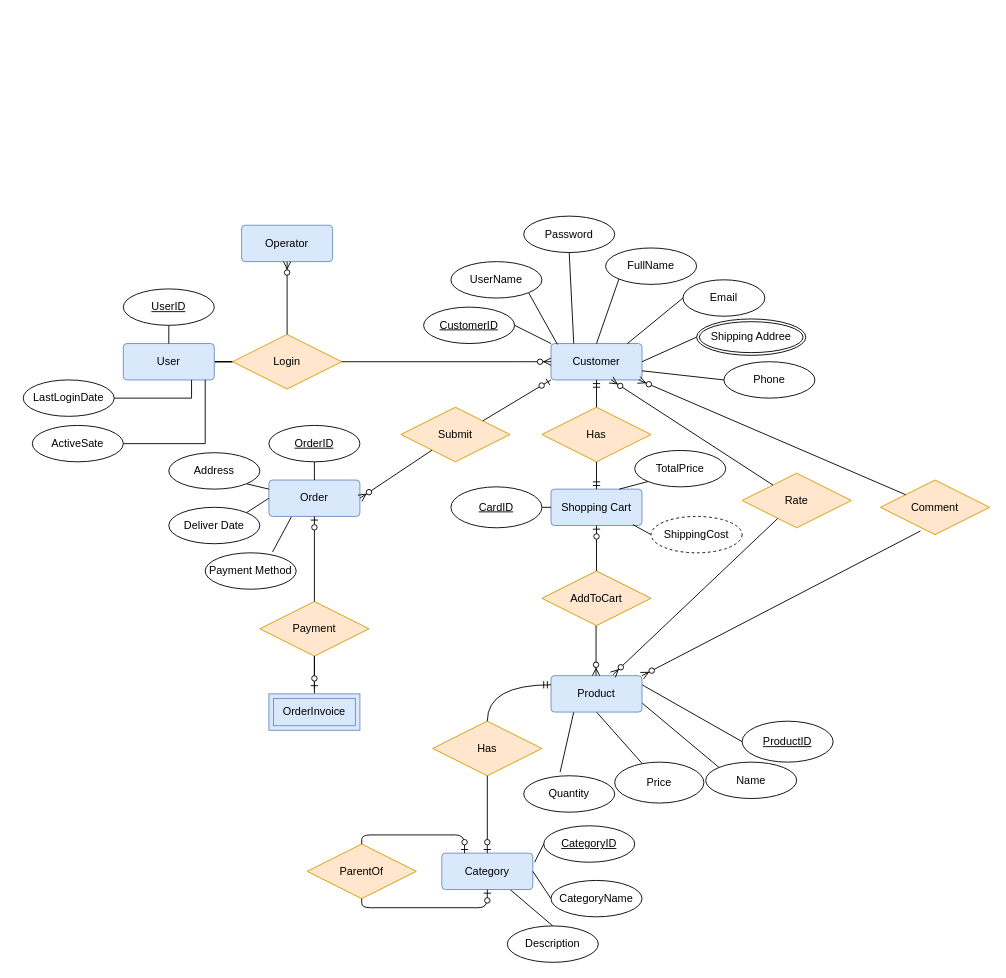
zeinab-hajhosseini/Online-shop-ERD keeps this draw.io diagram as Untitled Diagram.drawio. Above is the earlier version. Source tidied: cells renumbered, new cells numbered last; positions are measured from the earlier drawing's top-left corner, leaving out a move shared by most shapes. Both pictures are drawn from the tidied source at 91%, with x=0, y=0 at pixel (23, 216).
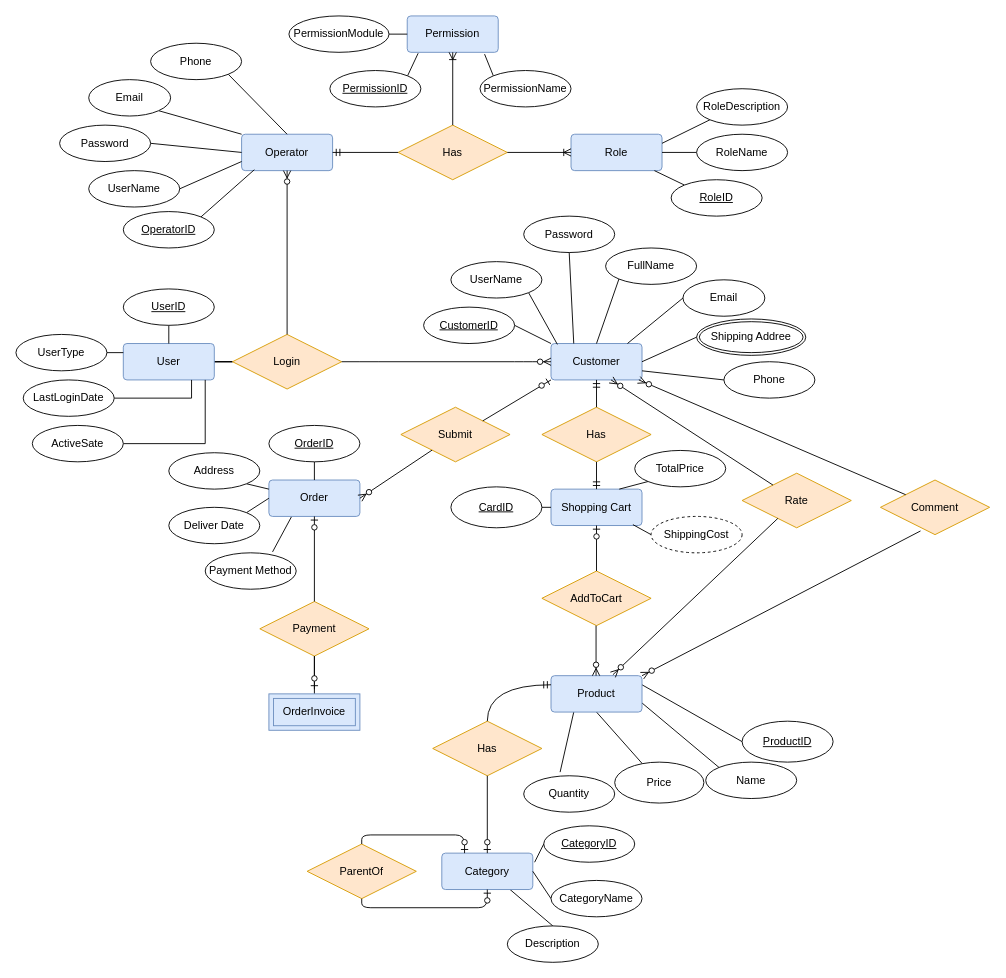
The same page after the edit.

Commit message:
Add Operator login and Role

Unchanged cells that the change refers to:
```xml
<mxCell id="5" value="User" style="rounded=1;arcSize=10;whiteSpace=wrap;html=1;align=center;fillColor=#dae8fc;strokeColor=#6c8ebf;" parent="1" vertex="1">
  <mxGeometry x="110" y="140" width="100" height="40" as="geometry" />
</mxCell>
```

Change to the diagram source:
```diff
@@
     <mxCell id="86" value="Operator" style="rounded=1;arcSize=10;whiteSpace=wrap;html=1;align=center;fillColor=#dae8fc;strokeColor=#6c8ebf;" parent="1" vertex="1">
-      <mxGeometry x="240" y="10" width="100" height="40" as="geometry" />
+      <mxGeometry x="240" y="-90" width="100" height="40" as="geometry" />
     </mxCell>
@@
+    <mxCell id="88" style="edgeStyle=none;rounded=0;jettySize=auto;html=1;exitX=1;exitY=0;exitDx=0;exitDy=0;entryX=0.14;entryY=0.975;entryDx=0;entryDy=0;entryPerimeter=0;endArrow=none;endFill=0;" parent="1" edge="1" source="89" target="86">
+      <mxGeometry relative="1" as="geometry" />
+    </mxCell>
+    <mxCell id="89" value="&lt;div&gt;OperatorID&lt;/div&gt;" style="ellipse;whiteSpace=wrap;html=1;align=center;fontStyle=4;" parent="1" vertex="1">
+      <mxGeometry x="110" y="-5" width="100" height="40" as="geometry" />
+    </mxCell>
+    <mxCell id="90" style="edgeStyle=none;rounded=0;jettySize=auto;html=1;exitX=1;exitY=0.5;exitDx=0;exitDy=0;entryX=0;entryY=0.75;entryDx=0;entryDy=0;endArrow=none;endFill=0;" parent="1" edge="1" source="91" target="86">
+      <mxGeometry relative="1" as="geometry" />
+    </mxCell>
+    <mxCell id="91" value="UserName" style="ellipse;whiteSpace=wrap;html=1;align=center;" parent="1" vertex="1">
+      <mxGeometry x="72" y="-50" width="100" height="40" as="geometry" />
+    </mxCell>
+    <mxCell id="92" style="edgeStyle=none;rounded=0;jettySize=auto;html=1;exitX=1;exitY=0.5;exitDx=0;exitDy=0;entryX=0;entryY=0.5;entryDx=0;entryDy=0;endArrow=none;endFill=0;" parent="1" edge="1" source="93" target="86">
+      <mxGeometry relative="1" as="geometry" />
+    </mxCell>
+    <mxCell id="93" value="Password" style="ellipse;whiteSpace=wrap;html=1;align=center;" parent="1" vertex="1">
+      <mxGeometry x="40" y="-100" width="100" height="40" as="geometry" />
+    </mxCell>
+    <mxCell id="94" style="edgeStyle=none;rounded=0;jettySize=auto;html=1;exitX=1;exitY=1;exitDx=0;exitDy=0;entryX=0;entryY=0;entryDx=0;entryDy=0;endArrow=none;endFill=0;" parent="1" edge="1" source="95" target="86">
+      <mxGeometry relative="1" as="geometry" />
+    </mxCell>
+    <mxCell id="95" value="Email" style="ellipse;whiteSpace=wrap;html=1;align=center;fontStyle=0;" parent="1" vertex="1">
+      <mxGeometry x="72" y="-150" width="90" height="40" as="geometry" />
+    </mxCell>
+    <mxCell id="96" style="edgeStyle=none;rounded=0;jettySize=auto;html=1;exitX=1;exitY=1;exitDx=0;exitDy=0;entryX=0.5;entryY=0;entryDx=0;entryDy=0;endArrow=none;endFill=0;" parent="1" edge="1" source="97" target="86">
+      <mxGeometry relative="1" as="geometry" />
+    </mxCell>
+    <mxCell id="97" value="Phone" style="ellipse;whiteSpace=wrap;html=1;align=center;fontStyle=0;" parent="1" vertex="1">
+      <mxGeometry x="140" y="-190" width="100" height="40" as="geometry" />
+    </mxCell>
+    <mxCell id="98" style="edgeStyle=none;rounded=0;jettySize=auto;html=1;exitX=1;exitY=0.5;exitDx=0;exitDy=0;entryX=0;entryY=0.25;entryDx=0;entryDy=0;endArrow=none;endFill=0;" parent="1" edge="1" source="99" target="5">
+      <mxGeometry relative="1" as="geometry" />
+    </mxCell>
+    <mxCell id="99" value="UserType" style="ellipse;whiteSpace=wrap;html=1;align=center;" parent="1" vertex="1">
+      <mxGeometry x="-8" y="130" width="100" height="40" as="geometry" />
+    </mxCell>
+    <mxCell id="100" value="Has" style="shape=rhombus;perimeter=rhombusPerimeter;whiteSpace=wrap;html=1;align=center;fillColor=#ffe6cc;strokeColor=#d79b00;" parent="1" vertex="1">
+      <mxGeometry x="412" y="-100" width="120" height="60" as="geometry" />
+    </mxCell>
+    <mxCell id="101" value="Role" style="rounded=1;arcSize=10;whiteSpace=wrap;html=1;align=center;fillColor=#dae8fc;strokeColor=#6c8ebf;" parent="1" vertex="1">
+      <mxGeometry x="602" y="-90" width="100" height="40" as="geometry" />
+    </mxCell>
+    <mxCell id="102" style="edgeStyle=none;rounded=0;jettySize=auto;html=1;exitX=0;exitY=0;exitDx=0;exitDy=0;endArrow=none;endFill=0;" parent="1" edge="1" source="103" target="101">
+      <mxGeometry relative="1" as="geometry" />
+    </mxCell>
+    <mxCell id="103" value="RoleID" style="ellipse;whiteSpace=wrap;html=1;align=center;fontStyle=4;" parent="1" vertex="1">
+      <mxGeometry x="712" y="-40" width="100" height="40" as="geometry" />
+    </mxCell>
+    <mxCell id="104" style="edgeStyle=none;rounded=0;jettySize=auto;html=1;exitX=0;exitY=0.5;exitDx=0;exitDy=0;entryX=1;entryY=0.5;entryDx=0;entryDy=0;endArrow=none;endFill=0;" parent="1" edge="1" source="105" target="101">
+      <mxGeometry relative="1" as="geometry" />
+    </mxCell>
+    <mxCell id="105" value="RoleName" style="ellipse;whiteSpace=wrap;html=1;align=center;" parent="1" vertex="1">
+      <mxGeometry x="740" y="-90" width="100" height="40" as="geometry" />
+    </mxCell>
+    <mxCell id="106" style="edgeStyle=none;rounded=0;jettySize=auto;html=1;exitX=0;exitY=1;exitDx=0;exitDy=0;entryX=1;entryY=0.25;entryDx=0;entryDy=0;endArrow=none;endFill=0;" parent="1" edge="1" source="107" target="101">
+      <mxGeometry relative="1" as="geometry" />
+    </mxCell>
+    <mxCell id="107" value="RoleDescription" style="ellipse;whiteSpace=wrap;html=1;align=center;" parent="1" vertex="1">
+      <mxGeometry x="740" y="-140" width="100" height="40" as="geometry" />
+    </mxCell>
+    <mxCell id="108" style="fontSize=12;html=1;endArrow=ERmandOne;entryX=1;entryY=0.5;entryDx=0;entryDy=0;exitX=0;exitY=0.5;exitDx=0;exitDy=0;" parent="1" edge="1" source="100" target="86">
+      <mxGeometry relative="1" as="geometry" />
+    </mxCell>
+    <mxCell id="109" style="fontSize=12;html=1;endArrow=ERoneToMany;exitX=1;exitY=0.5;exitDx=0;exitDy=0;" parent="1" edge="1" source="100" target="101">
+      <mxGeometry relative="1" as="geometry" />
+    </mxCell>
+    <mxCell id="110" value="Permission" style="rounded=1;arcSize=10;whiteSpace=wrap;html=1;align=center;fillColor=#dae8fc;strokeColor=#6c8ebf;" parent="1" vertex="1">
+      <mxGeometry x="422" y="-220" width="100" height="40" as="geometry" />
+    </mxCell>
+    <mxCell id="111" style="edgeStyle=none;rounded=0;jettySize=auto;html=1;exitX=1;exitY=0;exitDx=0;exitDy=0;entryX=0.12;entryY=1.025;entryDx=0;entryDy=0;entryPerimeter=0;endArrow=none;endFill=0;" parent="1" edge="1" source="112" target="110">
+      <mxGeometry relative="1" as="geometry" />
+    </mxCell>
+    <mxCell id="112" value="PermissionID" style="ellipse;whiteSpace=wrap;html=1;align=center;fontStyle=4;" parent="1" vertex="1">
+      <mxGeometry x="337" y="-160" width="100" height="40" as="geometry" />
+    </mxCell>
+    <mxCell id="113" style="edgeStyle=none;rounded=0;jettySize=auto;html=1;exitX=1;exitY=0.5;exitDx=0;exitDy=0;entryX=0;entryY=0.5;entryDx=0;entryDy=0;endArrow=none;endFill=0;" parent="1" edge="1" source="114" target="110">
+      <mxGeometry relative="1" as="geometry" />
+    </mxCell>
+    <mxCell id="114" value="PermissionModule" style="ellipse;whiteSpace=wrap;html=1;align=center;" parent="1" vertex="1">
+      <mxGeometry x="292" y="-220" width="110" height="40" as="geometry" />
+    </mxCell>
+    <mxCell id="115" style="edgeStyle=none;rounded=0;jettySize=auto;html=1;exitX=0;exitY=0;exitDx=0;exitDy=0;entryX=0.85;entryY=1.05;entryDx=0;entryDy=0;entryPerimeter=0;endArrow=none;endFill=0;" parent="1" edge="1" source="116" target="110">
+      <mxGeometry relative="1" as="geometry" />
+    </mxCell>
+    <mxCell id="116" value="PermissionName" style="ellipse;whiteSpace=wrap;html=1;align=center;" parent="1" vertex="1">
+      <mxGeometry x="502" y="-160" width="100" height="40" as="geometry" />
+    </mxCell>
+    <mxCell id="117" style="fontSize=12;html=1;endArrow=ERoneToMany;exitX=0.5;exitY=0;exitDx=0;exitDy=0;entryX=0.5;entryY=1;entryDx=0;entryDy=0;" parent="1" edge="1" source="100" target="110">
+      <mxGeometry relative="1" as="geometry" />
+    </mxCell>
```
